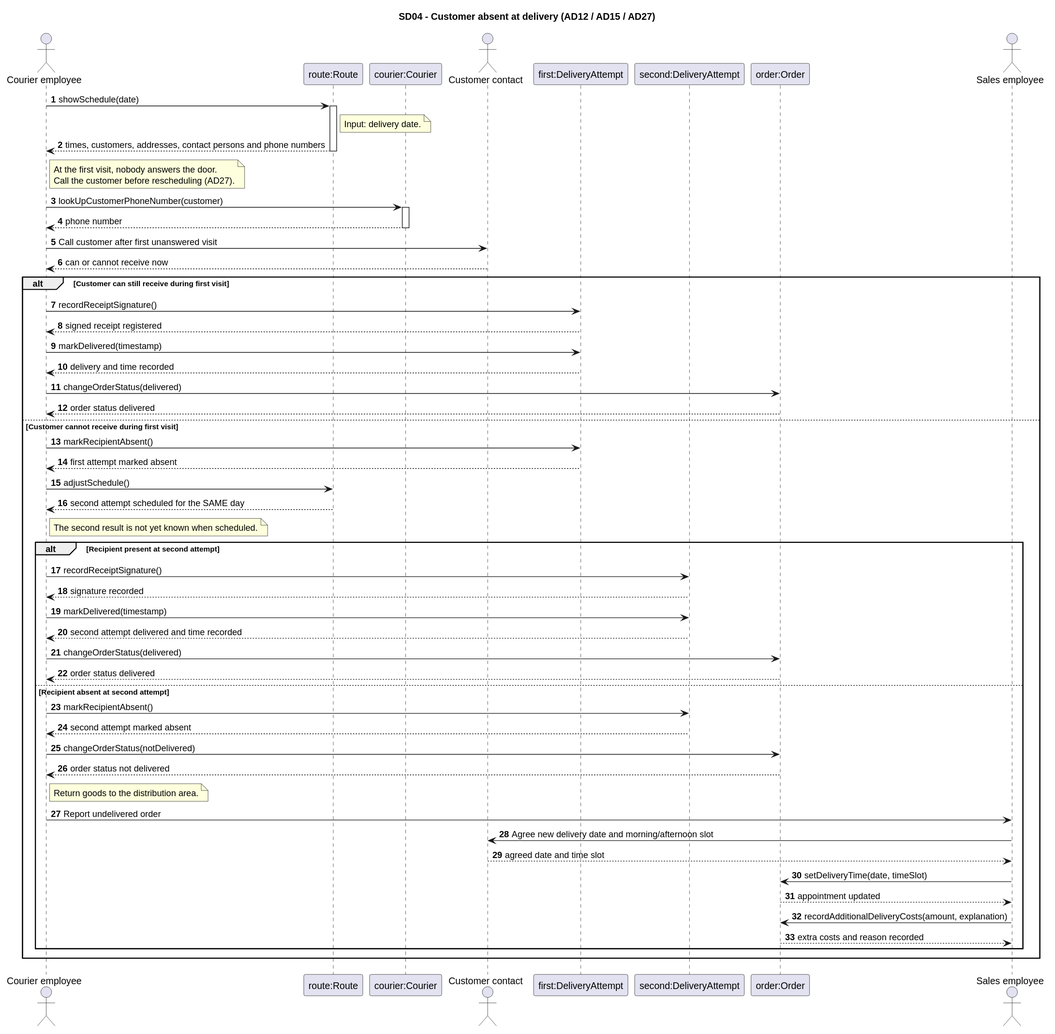
Above: Documentation/Architecture/uml/export/sequence_diagrams/SD04_KlantNietThuis.svg in ViktorQorri/Project-Timaflu (PlantUML), before the change.
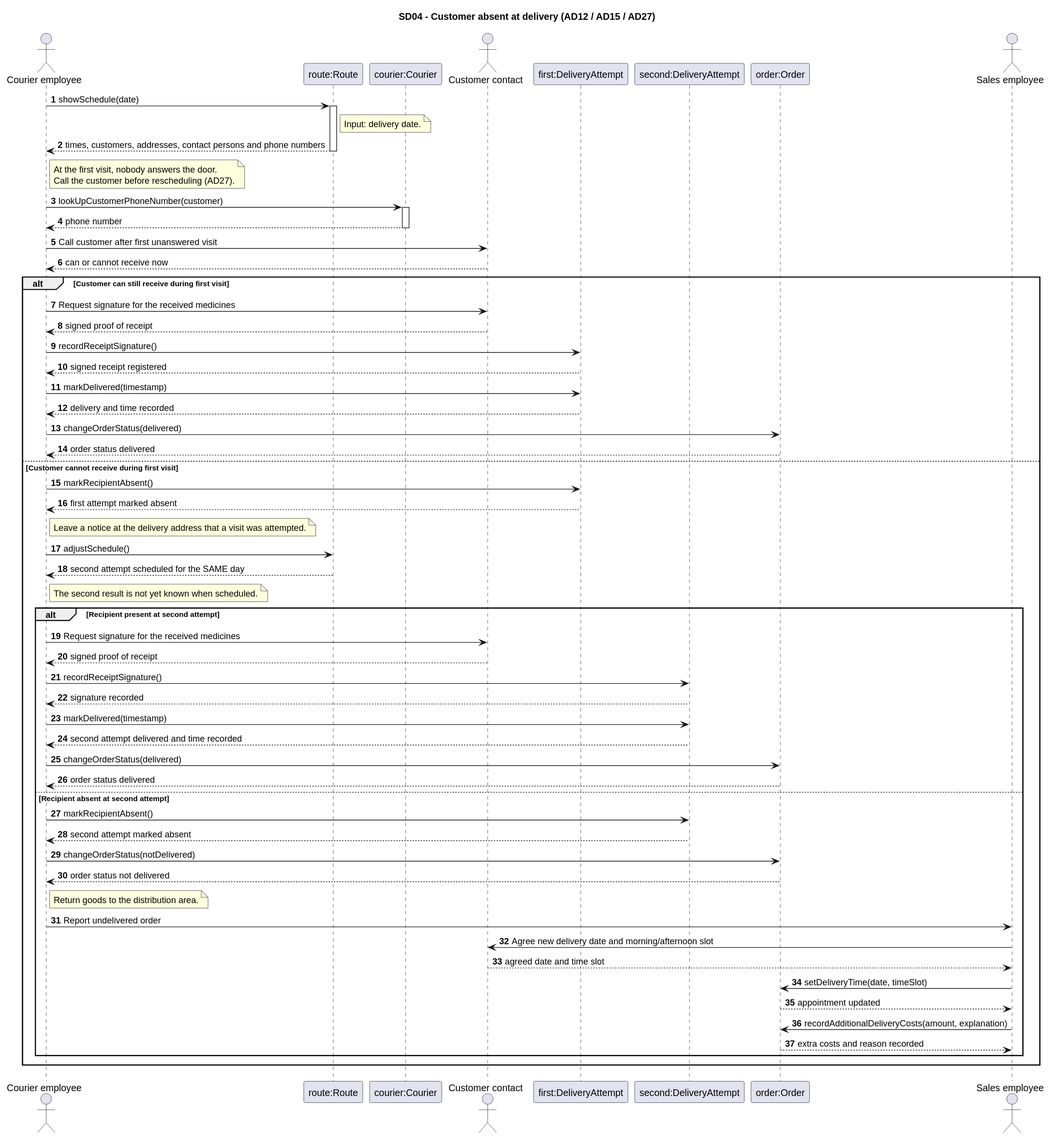
The same diagram one commit later.

What changed in the source:
```diff
@@ -28,6 +28,8 @@
 Contact --> CourierEmployee: can or cannot receive now
 
 alt Customer can still receive during first visit
+  CourierEmployee -> Contact: Request signature for the received medicines
+  Contact --> CourierEmployee: signed proof of receipt
   CourierEmployee -> First: recordReceiptSignature()
   First --> CourierEmployee: signed receipt registered
   CourierEmployee -> First: markDelivered(timestamp)
@@ -37,10 +39,13 @@
 else Customer cannot receive during first visit
   CourierEmployee -> First: markRecipientAbsent()
   First --> CourierEmployee: first attempt marked absent
+  note right of CourierEmployee: Leave a notice at the delivery address that a visit was attempted.
   CourierEmployee -> Route: adjustSchedule()
   Route --> CourierEmployee: second attempt scheduled for the SAME day
   note right of CourierEmployee: The second result is not yet known when scheduled.
   alt Recipient present at second attempt
+    CourierEmployee -> Contact: Request signature for the received medicines
+    Contact --> CourierEmployee: signed proof of receipt
     CourierEmployee -> Second: recordReceiptSignature()
     Second --> CourierEmployee: signature recorded
     CourierEmployee -> Second: markDelivered(timestamp)
```
